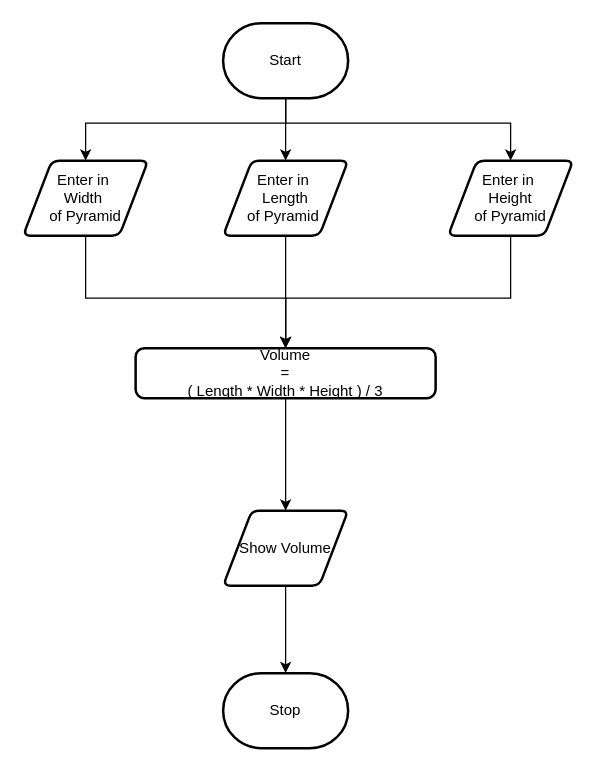
Above: design/flowchart.drawio in MTHS-ICS2O-2-2022/ICS2O-Unit-3-02-Osamah-Hasan (draw.io), before the change. Source tidied: cells renumbered, new cells numbered last; positions are measured from the earlier drawing's top-left corner, leaving out a move shared by most shapes. Both pictures are drawn from the tidied source at 125%, with x=0, y=0 at pixel (22, 22).
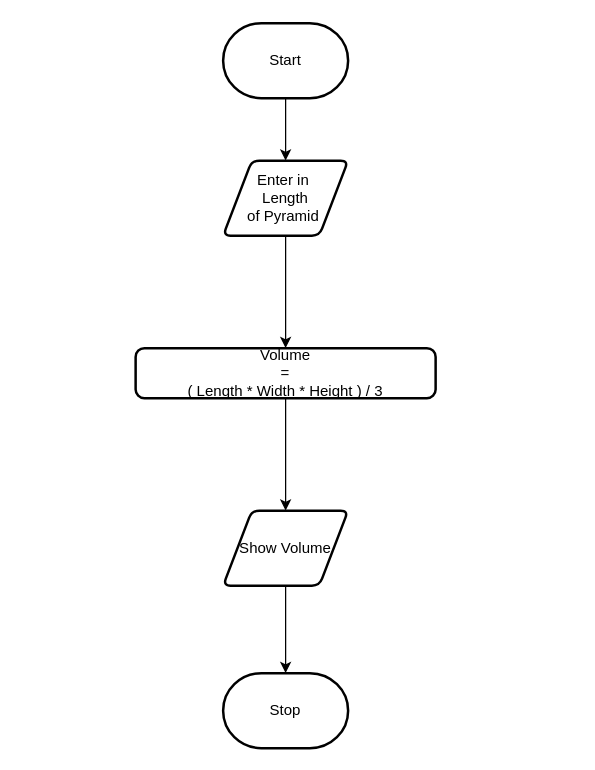
The same diagram, later.

The change refers to these unchanged cells:
```xml
<mxCell id="5" value="Start" style="strokeWidth=2;html=1;shape=mxgraph.flowchart.terminator;whiteSpace=wrap;" parent="1" vertex="1">
  <mxGeometry x="160" width="100" height="60" as="geometry" />
</mxCell>
<mxCell id="12" value="Volume &lt;br&gt;= &lt;br&gt;( Length * Width * Height ) / 3" style="rounded=1;whiteSpace=wrap;html=1;absoluteArcSize=1;arcSize=14;strokeWidth=2;" parent="1" vertex="1">
  <mxGeometry x="90" y="260" width="240" height="40" as="geometry" />
</mxCell>
```

Diff of the diagram source:
```diff
@@
-    <mxCell id="3" style="edgeStyle=orthogonalEdgeStyle;html=1;fontFamily=Helvetica;fontSize=12;fontColor=default;rounded=0;" parent="1" edge="1" source="5" target="14">
-      <mxGeometry relative="1" as="geometry">
-        <Array as="points">
-          <mxPoint x="210" y="80" />
-          <mxPoint x="50" y="80" />
-        </Array>
-      </mxGeometry>
-    </mxCell>
-    <mxCell id="4" style="edgeStyle=orthogonalEdgeStyle;shape=connector;rounded=0;html=1;labelBackgroundColor=default;strokeColor=default;fontFamily=Helvetica;fontSize=12;fontColor=default;endArrow=classic;" parent="1" edge="1" source="5" target="10">
-      <mxGeometry relative="1" as="geometry">
-        <Array as="points">
-          <mxPoint x="210" y="80" />
-          <mxPoint x="390" y="80" />
-        </Array>
-      </mxGeometry>
-    </mxCell>
@@
-    <mxCell id="9" style="edgeStyle=orthogonalEdgeStyle;shape=connector;rounded=0;html=1;labelBackgroundColor=default;strokeColor=default;fontFamily=Helvetica;fontSize=12;fontColor=default;endArrow=classic;" parent="1" edge="1" source="10" target="12">
-      <mxGeometry relative="1" as="geometry">
-        <Array as="points">
-          <mxPoint x="390" y="220" />
-          <mxPoint x="210" y="220" />
-        </Array>
-      </mxGeometry>
-    </mxCell>
-    <mxCell id="10" value="Enter in&amp;nbsp;&lt;br&gt;Height&lt;br&gt;of Pyramid" style="shape=parallelogram;html=1;strokeWidth=2;perimeter=parallelogramPerimeter;whiteSpace=wrap;rounded=1;arcSize=12;size=0.23;" parent="1" vertex="1">
-      <mxGeometry x="340" y="110" width="100" height="60" as="geometry" />
-    </mxCell>
@@
-    <mxCell id="13" style="edgeStyle=orthogonalEdgeStyle;shape=connector;rounded=0;html=1;labelBackgroundColor=default;strokeColor=default;fontFamily=Helvetica;fontSize=12;fontColor=default;endArrow=classic;" parent="1" edge="1" source="14" target="12">
-      <mxGeometry relative="1" as="geometry">
-        <Array as="points">
-          <mxPoint x="50" y="220" />
-          <mxPoint x="210" y="220" />
-        </Array>
-      </mxGeometry>
-    </mxCell>
-    <mxCell id="14" value="Enter in&amp;nbsp;&lt;br&gt;Width&amp;nbsp;&lt;br&gt;of Pyramid" style="shape=parallelogram;html=1;strokeWidth=2;perimeter=parallelogramPerimeter;whiteSpace=wrap;rounded=1;arcSize=12;size=0.23;" parent="1" vertex="1">
-      <mxGeometry y="110" width="100" height="60" as="geometry" />
-    </mxCell>
```
